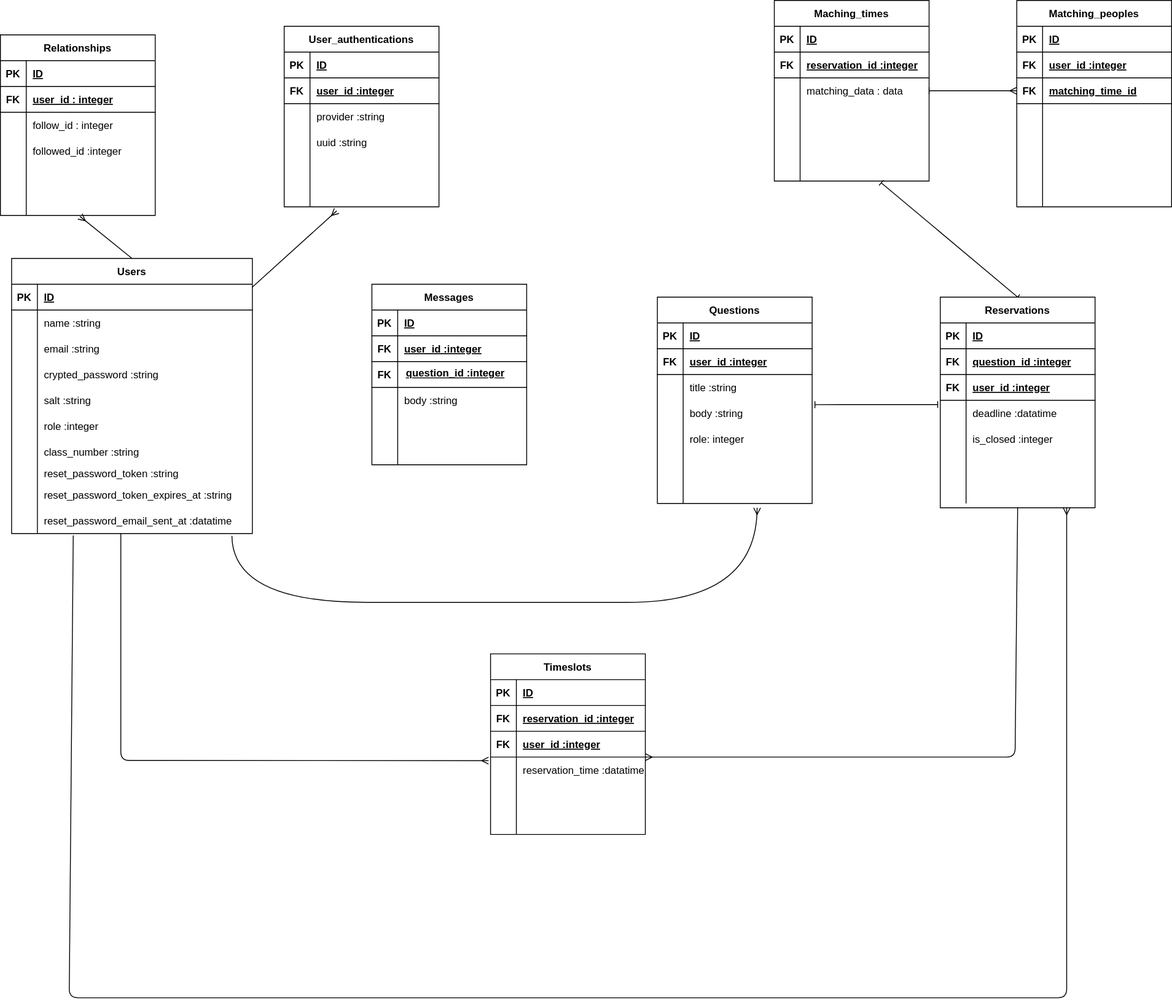
ys1227/link_discord keeps this draw.io diagram as link_discord.svg. Above is the earlier version. Source tidied: cells renumbered, new cells last; positions are measured from the earlier drawing's top-left corner, leaving out a move shared by most shapes.
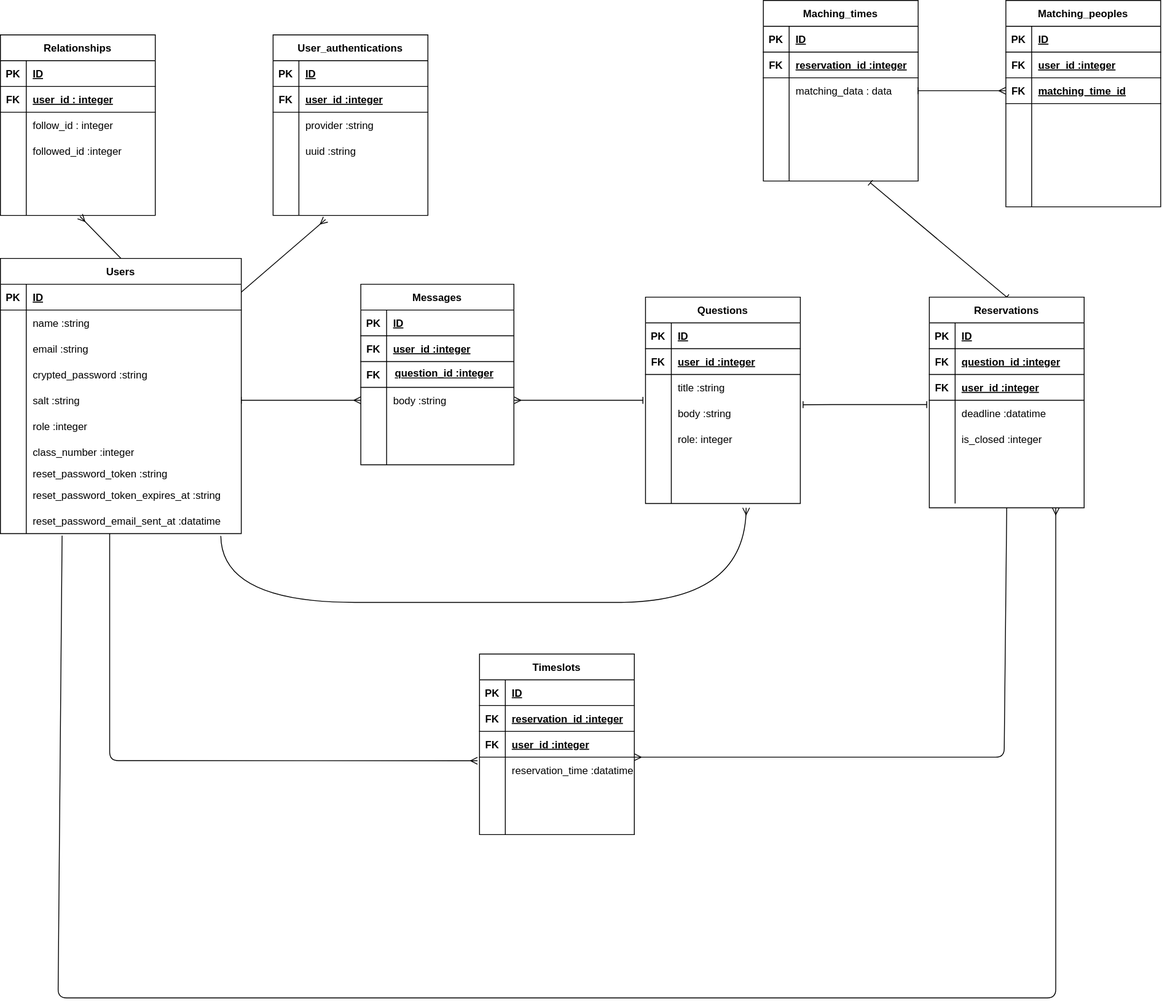
After the commit.

The edit, as a diff of the source:
```diff
@@ -112,7 +112,7 @@
     <mxCell id="28" style="shape=partialRectangle;fillColor=none;top=0;left=0;bottom=0;right=0;overflow=hidden;" parent="27" vertex="1">
       <mxGeometry width="30" height="30" as="geometry" />
     </mxCell>
-    <mxCell id="29" value="class_number :string" style="shape=partialRectangle;fillColor=none;top=0;left=0;bottom=0;right=0;align=left;spacingLeft=6;overflow=hidden;" parent="27" vertex="1">
+    <mxCell id="29" value="class_number :integer" style="shape=partialRectangle;fillColor=none;top=0;left=0;bottom=0;right=0;align=left;spacingLeft=6;overflow=hidden;" parent="27" vertex="1">
       <mxGeometry x="30" width="250" height="30" as="geometry" />
     </mxCell>
     <mxCell id="30" style="shape=tableRow;horizontal=0;startSize=0;swimlaneHead=0;swimlaneBody=0;fillColor=none;top=0;left=0;right=0;bottom=0;" parent="8" vertex="1">
@@ -143,7 +143,7 @@
       <mxGeometry x="30" width="250" height="30" as="geometry" />
     </mxCell>
     <mxCell id="39" value="Questions" style="shape=table;startSize=30;rowLines=0;fontStyle=1;align=center;labelBackgroundColor=none;" parent="1" vertex="1">
-      <mxGeometry x="764" y="345" width="180" height="240" as="geometry" />
+      <mxGeometry x="763" y="345" width="180" height="240" as="geometry" />
     </mxCell>
     <mxCell id="40" style="shape=tableRow;horizontal=0;startSize=0;swimlaneHead=0;swimlaneBody=0;fillColor=none;top=0;left=0;right=0;bottom=1;labelBackgroundColor=none;" parent="39" vertex="1">
       <mxGeometry y="30" width="180" height="30" as="geometry" />
@@ -209,7 +209,7 @@
       <mxGeometry x="30" width="150" height="30" as="geometry" />
     </mxCell>
     <mxCell id="61" value="Relationships" style="shape=table;startSize=30;rowLines=0;fontStyle=1;align=center;labelBackgroundColor=none;" parent="1" vertex="1">
-      <mxGeometry y="40" width="180" height="210" as="geometry" />
+      <mxGeometry x="13" y="40" width="180" height="210" as="geometry" />
     </mxCell>
     <mxCell id="62" style="shape=tableRow;horizontal=0;startSize=0;swimlaneHead=0;swimlaneBody=0;fillColor=none;top=0;left=0;right=0;bottom=1;labelBackgroundColor=none;" parent="61" vertex="1">
       <mxGeometry y="30" width="180" height="30" as="geometry" />
@@ -266,7 +266,7 @@
       <mxGeometry x="30" width="150" height="30" as="geometry" />
     </mxCell>
     <mxCell id="80" value="User_authentications" style="shape=table;startSize=30;rowLines=0;fontStyle=1;align=center;labelBackgroundColor=none;" parent="1" vertex="1">
-      <mxGeometry x="330" y="30" width="180" height="210" as="geometry" />
+      <mxGeometry x="330" y="40" width="180" height="210" as="geometry" />
     </mxCell>
     <mxCell id="81" style="shape=tableRow;horizontal=0;startSize=0;swimlaneHead=0;swimlaneBody=0;fillColor=none;top=0;left=0;right=0;bottom=1;labelBackgroundColor=none;" parent="80" vertex="1">
       <mxGeometry y="30" width="180" height="30" as="geometry" />
@@ -323,61 +323,61 @@
       <mxGeometry x="30" width="150" height="30" as="geometry" />
     </mxCell>
     <mxCell id="99" value="Messages" style="shape=table;startSize=30;rowLines=0;fontStyle=1;align=center;labelBackgroundColor=none;" parent="1" vertex="1">
-      <mxGeometry x="432" y="330" width="180" height="210" as="geometry" />
+      <mxGeometry x="432" y="330" width="178" height="210" as="geometry" />
     </mxCell>
     <mxCell id="100" style="shape=tableRow;horizontal=0;startSize=0;swimlaneHead=0;swimlaneBody=0;fillColor=none;top=0;left=0;right=0;bottom=1;labelBackgroundColor=none;" parent="99" vertex="1">
-      <mxGeometry y="30" width="180" height="30" as="geometry" />
+      <mxGeometry y="30" width="178" height="30" as="geometry" />
     </mxCell>
     <mxCell id="101" value="PK" style="shape=partialRectangle;fillColor=none;top=0;left=0;bottom=0;right=0;fontStyle=1;overflow=hidden;labelBackgroundColor=none;" parent="100" vertex="1">
       <mxGeometry width="30" height="30" as="geometry" />
     </mxCell>
     <mxCell id="102" value="ID" style="shape=partialRectangle;fillColor=none;top=0;left=0;bottom=0;right=0;align=left;spacingLeft=6;fontStyle=5;overflow=hidden;labelBackgroundColor=none;" parent="100" vertex="1">
-      <mxGeometry x="30" width="150" height="30" as="geometry" />
+      <mxGeometry x="30" width="148" height="30" as="geometry" />
     </mxCell>
     <mxCell id="103" style="shape=tableRow;horizontal=0;startSize=0;swimlaneHead=0;swimlaneBody=0;fillColor=none;top=0;left=0;right=0;bottom=1;labelBackgroundColor=none;" parent="99" vertex="1">
-      <mxGeometry y="60" width="180" height="30" as="geometry" />
+      <mxGeometry y="60" width="178" height="30" as="geometry" />
     </mxCell>
     <mxCell id="104" value="FK" style="shape=partialRectangle;fillColor=none;top=0;left=0;bottom=0;right=0;fontStyle=1;overflow=hidden;labelBackgroundColor=none;" parent="103" vertex="1">
       <mxGeometry width="30" height="30" as="geometry" />
     </mxCell>
     <mxCell id="105" value="user_id :integer" style="shape=partialRectangle;fillColor=none;top=0;left=0;bottom=0;right=0;align=left;spacingLeft=6;fontStyle=5;overflow=hidden;labelBackgroundColor=none;" parent="103" vertex="1">
-      <mxGeometry x="30" width="150" height="30" as="geometry" />
+      <mxGeometry x="30" width="148" height="30" as="geometry" />
     </mxCell>
     <mxCell id="106" style="shape=tableRow;horizontal=0;startSize=0;swimlaneHead=0;swimlaneBody=0;fillColor=none;top=0;left=0;right=0;bottom=1;labelBackgroundColor=none;" parent="99" vertex="1">
-      <mxGeometry y="90" width="180" height="30" as="geometry" />
+      <mxGeometry y="90" width="178" height="30" as="geometry" />
     </mxCell>
     <mxCell id="107" value="FK" style="shape=partialRectangle;fillColor=none;top=0;left=0;bottom=0;right=0;fontStyle=1;overflow=hidden;labelBackgroundColor=none;" parent="106" vertex="1">
       <mxGeometry width="30" height="30" as="geometry" />
     </mxCell>
     <mxCell id="108" style="shape=partialRectangle;fillColor=none;top=0;left=0;bottom=0;right=0;align=left;spacingLeft=6;fontStyle=5;overflow=hidden;labelBackgroundColor=none;" parent="106" vertex="1">
-      <mxGeometry x="30" width="150" height="30" as="geometry" />
+      <mxGeometry x="30" width="148" height="30" as="geometry" />
     </mxCell>
     <mxCell id="109" style="shape=tableRow;horizontal=0;startSize=0;swimlaneHead=0;swimlaneBody=0;fillColor=none;top=0;left=0;right=0;bottom=0;labelBackgroundColor=none;" parent="99" vertex="1">
-      <mxGeometry y="120" width="180" height="30" as="geometry" />
+      <mxGeometry y="120" width="178" height="30" as="geometry" />
     </mxCell>
     <mxCell id="110" style="shape=partialRectangle;fillColor=none;top=0;left=0;bottom=0;right=0;overflow=hidden;labelBackgroundColor=none;" parent="109" vertex="1">
       <mxGeometry width="30" height="30" as="geometry" />
     </mxCell>
     <mxCell id="111" value="body :string" style="shape=partialRectangle;fillColor=none;top=0;left=0;bottom=0;right=0;align=left;spacingLeft=6;overflow=hidden;labelBackgroundColor=none;" parent="109" vertex="1">
-      <mxGeometry x="30" width="150" height="30" as="geometry" />
+      <mxGeometry x="30" width="148" height="30" as="geometry" />
     </mxCell>
     <mxCell id="112" style="shape=tableRow;horizontal=0;startSize=0;swimlaneHead=0;swimlaneBody=0;fillColor=none;top=0;left=0;right=0;bottom=0;labelBackgroundColor=none;" parent="99" vertex="1">
-      <mxGeometry y="150" width="180" height="30" as="geometry" />
+      <mxGeometry y="150" width="178" height="30" as="geometry" />
     </mxCell>
     <mxCell id="113" style="shape=partialRectangle;fillColor=none;top=0;left=0;bottom=0;right=0;overflow=hidden;labelBackgroundColor=none;" parent="112" vertex="1">
       <mxGeometry width="30" height="30" as="geometry" />
     </mxCell>
     <mxCell id="114" style="shape=partialRectangle;fillColor=none;top=0;left=0;bottom=0;right=0;align=left;spacingLeft=6;overflow=hidden;labelBackgroundColor=none;" parent="112" vertex="1">
-      <mxGeometry x="30" width="150" height="30" as="geometry" />
+      <mxGeometry x="30" width="148" height="30" as="geometry" />
     </mxCell>
     <mxCell id="115" style="shape=tableRow;horizontal=0;startSize=0;swimlaneHead=0;swimlaneBody=0;fillColor=none;top=0;left=0;right=0;bottom=0;labelBackgroundColor=none;" parent="99" vertex="1">
-      <mxGeometry y="180" width="180" height="30" as="geometry" />
+      <mxGeometry y="180" width="178" height="30" as="geometry" />
     </mxCell>
     <mxCell id="116" style="shape=partialRectangle;fillColor=none;top=0;left=0;bottom=0;right=0;overflow=hidden;labelBackgroundColor=none;" parent="115" vertex="1">
       <mxGeometry width="30" height="30" as="geometry" />
     </mxCell>
     <mxCell id="117" style="shape=partialRectangle;fillColor=none;top=0;left=0;bottom=0;right=0;align=left;spacingLeft=6;overflow=hidden;labelBackgroundColor=none;" parent="115" vertex="1">
-      <mxGeometry x="30" width="150" height="30" as="geometry" />
+      <mxGeometry x="30" width="148" height="30" as="geometry" />
     </mxCell>
     <mxCell id="118" value="Maching_times" style="shape=table;startSize=30;rowLines=0;fontStyle=1;align=center;labelBackgroundColor=none;" parent="1" vertex="1">
       <mxGeometry x="900" width="180" height="210" as="geometry" />
@@ -636,12 +636,15 @@
     <mxCell id="201" style="shape=partialRectangle;fillColor=none;top=0;left=0;bottom=0;right=0;align=left;spacingLeft=6;overflow=hidden;labelBackgroundColor=none;" parent="199" vertex="1">
       <mxGeometry x="30" width="150" height="30" as="geometry" />
     </mxCell>
-    <mxCell id="202" style="edgeStyle=none;html=1;entryX=0;entryY=0.5;entryDx=0;entryDy=0;startArrow=baseDash;startFill=0;endArrow=ERmany;endFill=0;" parent="1" edge="1" source="21" target="x">
-      <mxGeometry relative="1" as="geometry" />
+    <mxCell id="202" style="edgeStyle=none;html=1;entryX=0;entryY=0.5;entryDx=0;entryDy=0;startArrow=baseDash;startFill=0;endArrow=ERmany;endFill=0;" parent="1" edge="1" source="21">
+      <mxGeometry relative="1" as="geometry">
+        <mxPoint x="432" y="465" as="targetPoint" />
+      </mxGeometry>
     </mxCell>
-    <mxCell id="203" style="edgeStyle=none;html=1;entryX=1;entryY=0.5;entryDx=0;entryDy=0;startArrow=baseDash;startFill=0;endArrow=ERmany;endFill=0;endSize=6;" parent="1" edge="1" target="x">
+    <mxCell id="203" style="edgeStyle=none;html=1;entryX=1;entryY=0.5;entryDx=0;entryDy=0;startArrow=baseDash;startFill=0;endArrow=ERmany;endFill=0;endSize=6;" parent="1" edge="1">
       <mxGeometry relative="1" as="geometry">
         <mxPoint x="760" y="465" as="sourcePoint" />
+        <mxPoint x="610" y="465" as="targetPoint" />
       </mxGeometry>
     </mxCell>
     <mxCell id="204" style="edgeStyle=none;html=1;startArrow=baseDash;startFill=0;endArrow=baseDash;endFill=0;exitX=1.018;exitY=0.17;exitDx=0;exitDy=0;exitPerimeter=0;" parent="1" edge="1" source="49">
```
